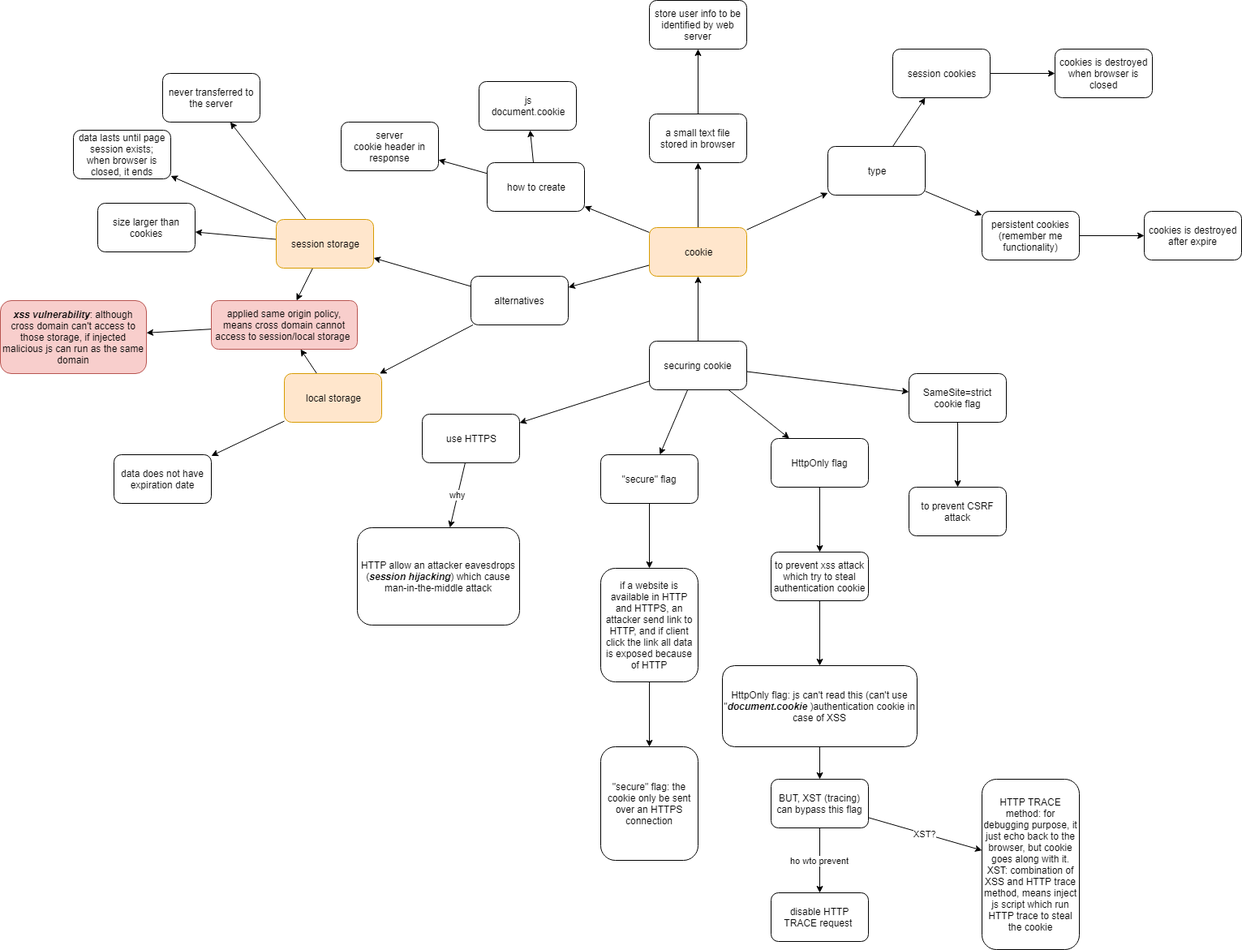
The draw.io diagram cookie_concept.png in stsiwo/security_concept, before a commit. Source tidied: cells renumbered, new cells last; positions are measured from the earlier drawing's top-left corner, leaving out a move shared by most shapes.
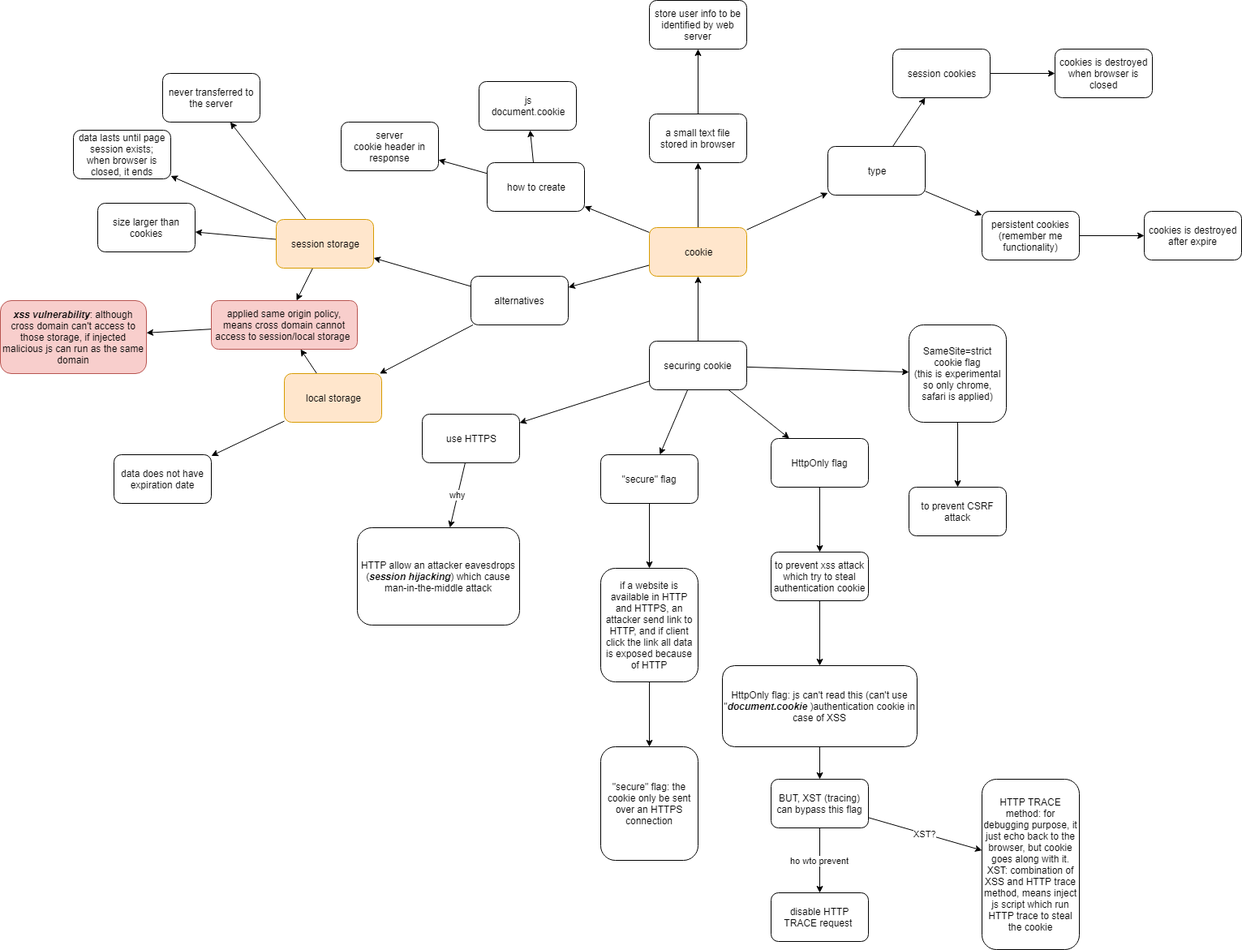
After the change.

Diff of the diagram source:
```diff
@@ -134,8 +134,8 @@
     <mxCell id="45" style="edgeStyle=none;rounded=0;html=1;jettySize=auto;" parent="1" edge="1" source="46" target="47">
       <mxGeometry relative="1" as="geometry" />
     </mxCell>
-    <mxCell id="46" value="SameSite=strict cookie flag" style="rounded=1;whiteSpace=wrap;html=1;" parent="1" vertex="1">
-      <mxGeometry x="1120" y="460" width="120" height="60" as="geometry" />
+    <mxCell id="46" value="SameSite=strict cookie flag&lt;br&gt;(this is experimental so only chrome, safari is applied)&lt;br&gt;" style="rounded=1;whiteSpace=wrap;html=1;" parent="1" vertex="1">
+      <mxGeometry x="1120" y="400" width="120" height="120" as="geometry" />
     </mxCell>
     <mxCell id="47" value="to prevent CSRF attack" style="rounded=1;whiteSpace=wrap;html=1;" parent="1" vertex="1">
       <mxGeometry x="1120" y="600" width="120" height="60" as="geometry" />
```
